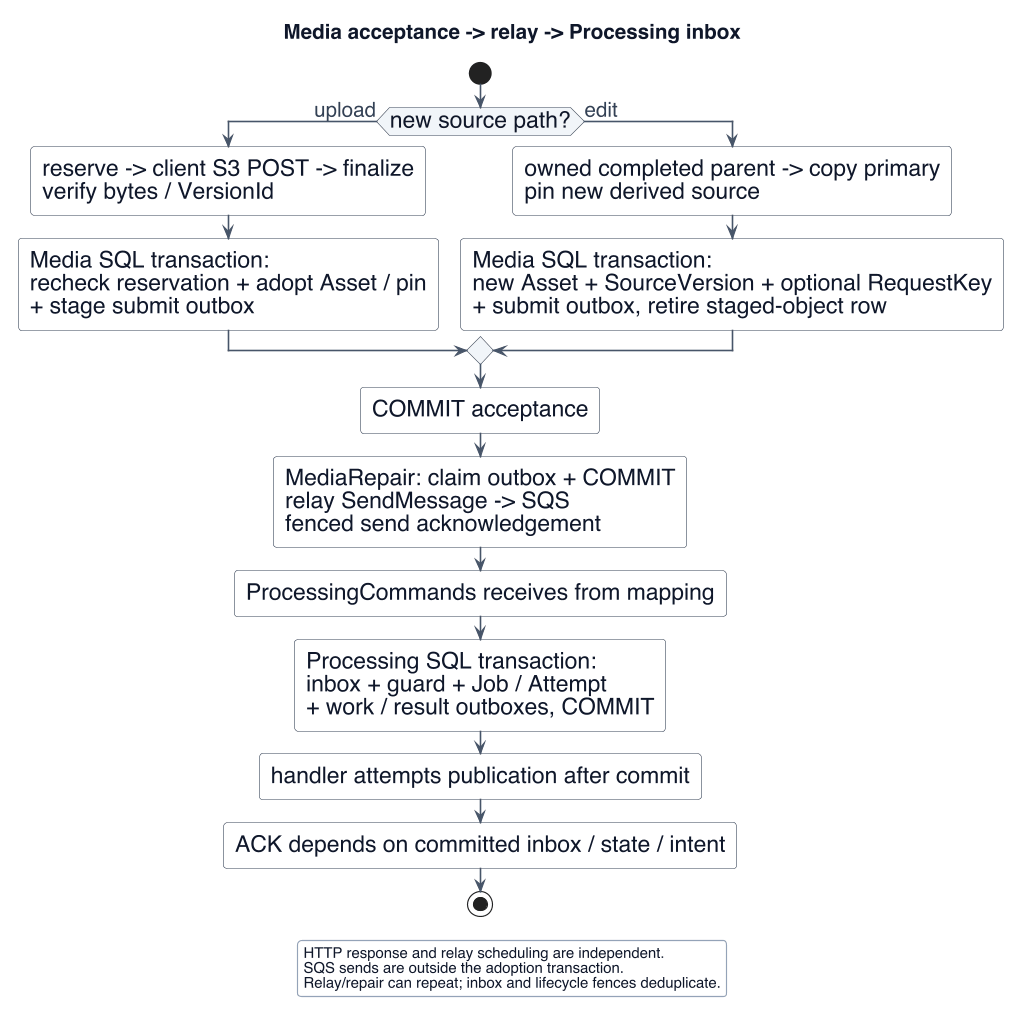
This is project-documentation/final-report/figures/arch-intake-handoff.png from Collaboration95/dc2, a PlantUML export, as it was before one commit. The source it was exported from:
```plantuml
@startuml
!include _style.iuml
skinparam BackgroundColor #ffffff
skinparam defaultFontSize 20
skinparam ArrowFontSize 18
title Media acceptance -> relay -> Processing inbox
start
if (new source path?) then (upload)
 :reserve -> client S3 POST -> finalize\nverify bytes / VersionId;
 :Media SQL transaction:\nrecheck reservation + adopt Asset / pin\n+ stage submit outbox;
else (edit)
 :owned completed parent -> copy primary\npin new derived source;
 :Media SQL transaction:\nnew Asset + SourceVersion + optional RequestKey\n+ submit outbox, retire staged-object row;
endif
:COMMIT acceptance;
:MediaRepair: claim outbox + COMMIT\nrelay SendMessage -> SQS\nfenced send acknowledgement;
:ProcessingCommands receives from mapping;
:Processing SQL transaction:\ninbox + guard + Job / Attempt\n+ work / result outboxes, COMMIT;
:handler attempts publication after commit;
:ACK depends on committed inbox / state / intent;
stop
legend bottom
 HTTP response and relay scheduling are independent.
 SQS sends are outside the adoption transaction.
 Relay/repair can repeat; inbox and lifecycle fences deduplicate.
endlegend
@enduml
```
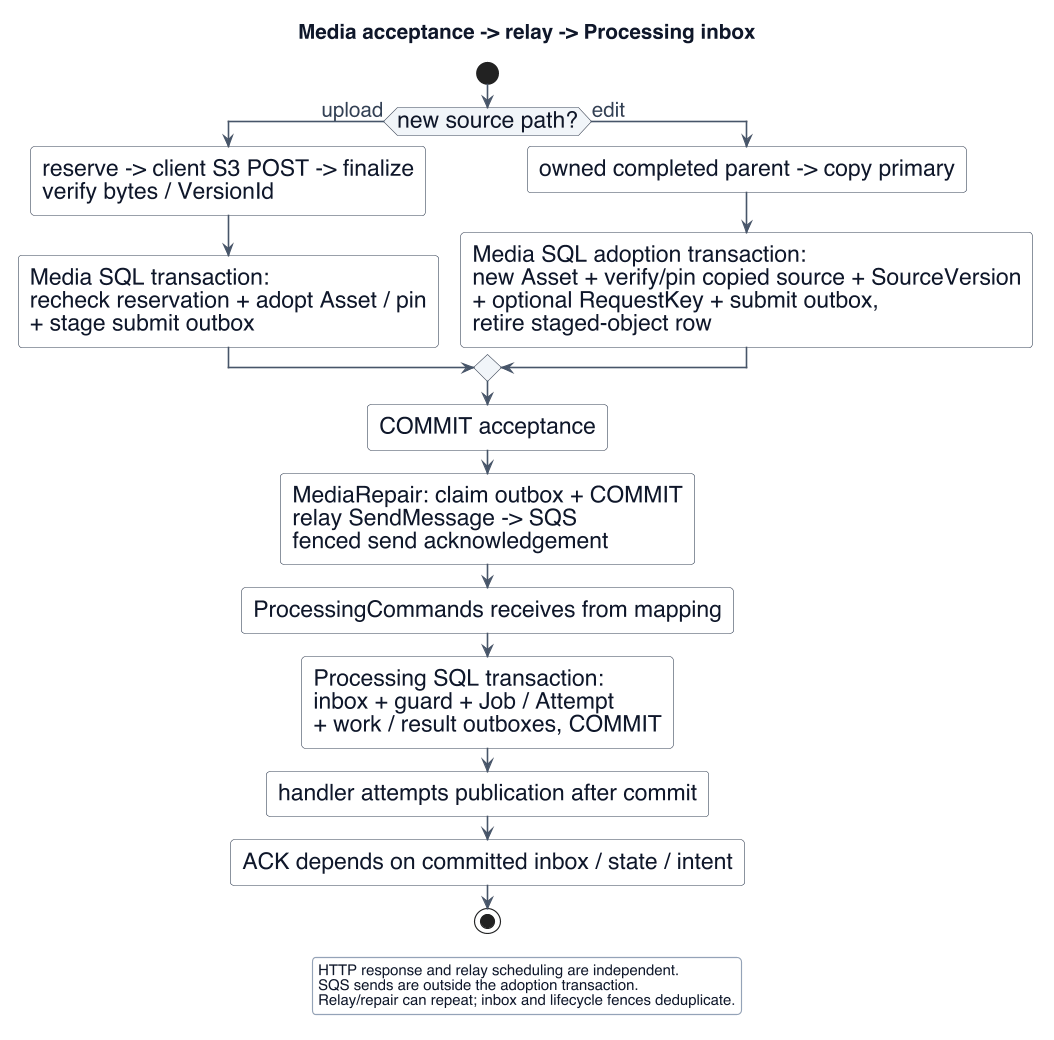
Later version of the same file.

Diff of the diagram source:
```diff
@@ -9,8 +9,8 @@
  :reserve -> client S3 POST -> finalize\nverify bytes / VersionId;
  :Media SQL transaction:\nrecheck reservation + adopt Asset / pin\n+ stage submit outbox;
 else (edit)
- :owned completed parent -> copy primary\npin new derived source;
- :Media SQL transaction:\nnew Asset + SourceVersion + optional RequestKey\n+ submit outbox, retire staged-object row;
+ :owned completed parent -> copy primary;
+ :Media SQL adoption transaction:\nnew Asset + verify/pin copied source + SourceVersion\n+ optional RequestKey + submit outbox,\nretire staged-object row;
 endif
 :COMMIT acceptance;
 :MediaRepair: claim outbox + COMMIT\nrelay SendMessage -> SQS\nfenced send acknowledgement;
```
